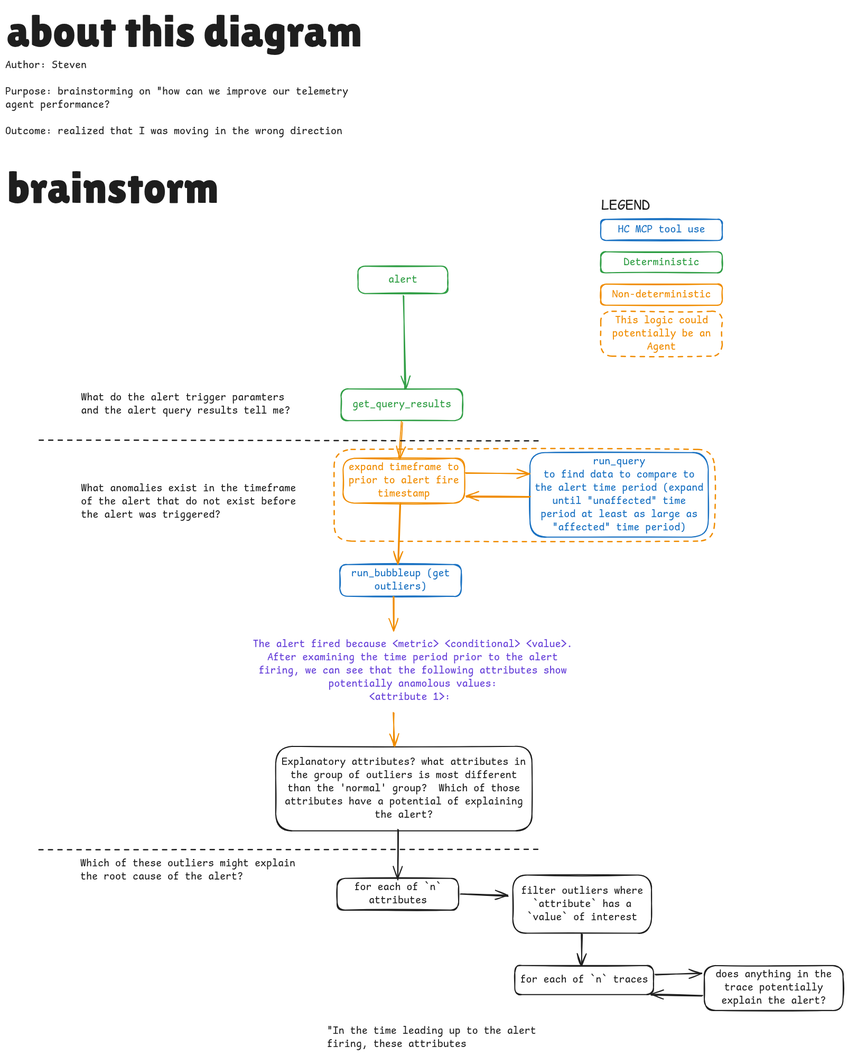
This is src/agent/docs/planning/alert_contextualization/telemetry-refinements-2026-0-23.excalidraw.png from oiva-app/oiva, a Excalidraw export, as it was before one commit. Source tidied: one line per element, renumbered; positions are measured from the earlier drawing's top-left corner, leaving out a move shared by most shapes. The source it was exported from:
```json
{"id": 0, "type": "rectangle", "strokeColor": "#2f9e44", "strokeWidth": 2, "roughness": 1, "round": true, "x": 668, "y": 494, "width": 170, "height": 52}
{"id": 1, "type": "text", "text": "alert", "strokeColor": "#2f9e44", "strokeWidth": 2, "roughness": 1, "fontSize": 20, "fontFamily": 8, "textAlign": "center", "verticalAlign": "middle", "inside": 0, "x": 725, "y": 507, "width": 55, "height": 25}
{"id": 2, "type": "rectangle", "strokeColor": "#2f9e44", "strokeWidth": 2, "roughness": 1, "round": true, "x": 636, "y": 726, "width": 230, "height": 60}
{"id": 3, "type": "text", "text": "get_query_results", "strokeColor": "#2f9e44", "strokeWidth": 2, "roughness": 1, "fontSize": 20, "fontFamily": 8, "textAlign": "center", "verticalAlign": "middle", "inside": 2, "x": 657, "y": 744, "width": 187, "height": 25}
{"id": 4, "type": "arrow", "strokeColor": "#2f9e44", "strokeWidth": 2, "roughness": 1, "endArrowhead": "arrow", "round": true, "from": 0, "to": 2, "x": 753, "y": 551, "width": 3, "height": 175, "points": [[0, 0], [3, 175]]}
{"id": 5, "type": "rectangle", "strokeColor": "#f08c00", "strokeWidth": 2, "roughness": 1, "round": true, "x": 639, "y": 858, "width": 230, "height": 85}
{"id": 6, "type": "text", "text": "expand timeframe to\nprior to alert fire\ntimestamp", "strokeColor": "#f08c00", "strokeWidth": 2, "roughness": 1, "fontSize": 20, "fontFamily": 8, "textAlign": "center", "verticalAlign": "middle", "inside": 5, "x": 650, "y": 863, "width": 209, "height": 75}
{"id": 7, "type": "text", "text": "What do the alert trigger paramters\nand the alert query results tell me?", "strokeColor": "#1e1e1e", "strokeWidth": 2, "roughness": 1, "fontSize": 20, "fontFamily": 8, "x": 143, "y": 731, "width": 409, "height": 50}
{"id": 8, "type": "text", "text": "What anomalies exist in the timeframe\nof the alert that do not exist before\nthe alert was triggered?", "strokeColor": "#1e1e1e", "strokeWidth": 2, "roughness": 1, "fontSize": 20, "fontFamily": 8, "x": 143, "y": 903, "width": 409, "height": 75}
{"id": 9, "type": "text", "text": "Which of these outliers might explain\nthe root cause of the alert?", "strokeColor": "#1e1e1e", "strokeWidth": 2, "roughness": 1, "fontSize": 20, "fontFamily": 8, "x": 142, "y": 1612, "width": 409, "height": 50}
{"id": 10, "type": "arrow", "strokeColor": "#f08c00", "strokeWidth": 2, "roughness": 1, "endArrowhead": "arrow", "round": true, "from": 2, "to": 5, "x": 750, "y": 789, "width": 5, "height": 69, "points": [[0, 0], [-5, 69]]}
{"id": 11, "type": "rectangle", "strokeColor": "#1971c2", "strokeWidth": 2, "roughness": 1, "round": true, "x": 633, "y": 1059, "width": 230, "height": 60}
{"id": 12, "type": "text", "text": "run_bubbleup (get\noutliers)", "strokeColor": "#1971c2", "strokeWidth": 2, "roughness": 1, "fontSize": 20, "fontFamily": 8, "textAlign": "center", "verticalAlign": "middle", "inside": 11, "x": 655, "y": 1064, "width": 187, "height": 50}
{"id": 13, "type": "arrow", "strokeColor": "#f08c00", "strokeWidth": 2, "roughness": 1, "endArrowhead": "arrow", "round": true, "from": 5, "to": 11, "x": 748, "y": 944, "width": 4, "height": 114, "points": [[0, 0], [-4, 114]]}
{"id": 14, "type": "line", "strokeColor": "#1e1e1e", "strokeWidth": 2, "strokeStyle": "dashed", "roughness": 1, "round": true, "x": 63, "y": 824, "width": 946, "height": 0, "points": [[0, 0], [946, 0]]}
{"id": 15, "type": "line", "strokeColor": "#1e1e1e", "strokeWidth": 2, "strokeStyle": "dashed", "roughness": 1, "round": true, "x": 63, "y": 1598, "width": 946, "height": 0, "points": [[0, 0], [946, 0]]}
{"id": 16, "type": "rectangle", "strokeColor": "#1e1e1e", "strokeWidth": 2, "roughness": 1, "round": true, "x": 628, "y": 1653, "width": 230, "height": 60}
{"id": 17, "type": "text", "text": "for each of `n`\nattributes", "strokeColor": "#1e1e1e", "strokeWidth": 2, "roughness": 1, "fontSize": 20, "fontFamily": 8, "textAlign": "center", "verticalAlign": "middle", "inside": 16, "x": 661, "y": 1658, "width": 165, "height": 50}
{"id": 18, "type": "rectangle", "strokeColor": "#1e1e1e", "strokeWidth": 2, "roughness": 1, "round": true, "x": 961, "y": 1647, "width": 262, "height": 110}
{"id": 19, "type": "text", "text": "filter outliers where\n`attribute` has a\n`value` of interest", "strokeColor": "#1e1e1e", "strokeWidth": 2, "roughness": 1, "fontSize": 20, "fontFamily": 8, "textAlign": "center", "verticalAlign": "middle", "inside": 18, "x": 976, "y": 1664, "width": 231, "height": 75}
{"id": 20, "type": "rectangle", "strokeColor": "#1e1e1e", "strokeWidth": 2, "roughness": 1, "round": true, "x": 512, "y": 1403, "width": 485, "height": 160}
{"id": 21, "type": "text", "text": "Explanatory attributes? what attributes in\nthe group of outliers is most different\nthan the 'normal' group?  Which of those\nattributes have a potential of explaining\nthe alert?", "strokeColor": "#1e1e1e", "strokeWidth": 2, "roughness": 1, "fontSize": 20, "fontFamily": 8, "textAlign": "center", "verticalAlign": "middle", "inside": 20, "x": 523, "y": 1420, "width": 462, "height": 125}
{"id": 22, "type": "arrow", "strokeColor": "#f08c00", "strokeWidth": 2, "roughness": 1, "endArrowhead": "arrow", "round": true, "from": 11, "x": 736, "y": 1119, "width": 0, "height": 64, "points": [[0, 0], [0, 64]]}
{"id": 23, "type": "arrow", "strokeColor": "#1e1e1e", "strokeWidth": 2, "roughness": 1, "endArrowhead": "arrow", "round": true, "from": 20, "to": 16, "x": 743, "y": 1561, "width": 1, "height": 94, "points": [[0, 0], [-1, 94]]}
{"id": 24, "type": "arrow", "strokeColor": "#1e1e1e", "strokeWidth": 2, "roughness": 1, "endArrowhead": "arrow", "round": true, "from": 16, "to": 18, "x": 863, "y": 1682, "width": 88, "height": 5, "points": [[0, 0], [88, 5]]}
{"id": 25, "type": "rectangle", "strokeColor": "#1e1e1e", "strokeWidth": 2, "roughness": 1, "round": true, "x": 964, "y": 1818, "width": 262, "height": 55}
{"id": 26, "type": "text", "text": "for each of `n` traces", "strokeColor": "#1e1e1e", "strokeWidth": 2, "roughness": 1, "fontSize": 20, "fontFamily": 8, "textAlign": "center", "verticalAlign": "middle", "inside": 25, "x": 975, "y": 1833, "width": 242, "height": 25}
{"id": 27, "type": "arrow", "strokeColor": "#1e1e1e", "strokeWidth": 2, "roughness": 1, "endArrowhead": "arrow", "round": true, "from": 18, "to": 25, "x": 1091, "y": 1758, "width": 0, "height": 61, "points": [[0, 0], [0, 61]]}
{"id": 28, "type": "rectangle", "strokeColor": "#1e1e1e", "strokeWidth": 2, "roughness": 1, "round": true, "x": 1323, "y": 1818, "width": 262, "height": 85}
{"id": 29, "type": "text", "text": "does anything in the\ntrace potentially\nexplain the alert?", "strokeColor": "#1e1e1e", "strokeWidth": 2, "roughness": 1, "fontSize": 20, "fontFamily": 8, "textAlign": "center", "verticalAlign": "middle", "inside": 28, "x": 1344, "y": 1823, "width": 220, "height": 75}
{"id": 30, "type": "arrow", "strokeColor": "#1e1e1e", "strokeWidth": 2, "roughness": 1, "endArrowhead": "arrow", "round": true, "from": 25, "to": 28, "x": 1231, "y": 1835, "width": 86, "height": 2, "points": [[0, 0], [86, -2]]}
{"id": 31, "type": "arrow", "strokeColor": "#1e1e1e", "strokeWidth": 2, "roughness": 1, "endArrowhead": "arrow", "round": true, "from": 28, "to": 25, "x": 1319, "y": 1876, "width": 97, "height": 3, "points": [[0, 0], [-97, -3]]}
{"id": 32, "type": "rectangle", "strokeColor": "#1971c2", "strokeWidth": 2, "roughness": 1, "round": true, "x": 1127, "y": 405, "width": 230, "height": 40}
{"id": 33, "type": "text", "text": "HC MCP tool use", "strokeColor": "#1971c2", "strokeWidth": 2, "roughness": 1, "fontSize": 20, "fontFamily": 8, "textAlign": "center", "verticalAlign": "middle", "inside": 32, "x": 1160, "y": 413, "width": 165, "height": 25}
{"id": 34, "type": "rectangle", "strokeColor": "#1971c2", "strokeWidth": 2, "roughness": 1, "round": true, "x": 993, "y": 847, "width": 338, "height": 160}
{"id": 35, "type": "text", "text": "run_query\nto find data to compare to\nthe alert time period (expand\nuntil \"unaffected\" time\nperiod at least as large as\n\"affected\" time period)", "strokeColor": "#1971c2", "strokeWidth": 2, "roughness": 1, "fontSize": 20, "fontFamily": 8, "textAlign": "center", "verticalAlign": "middle", "inside": 34, "x": 1002, "y": 852, "width": 319, "height": 150}
{"id": 36, "type": "rectangle", "strokeColor": "#2f9e44", "strokeWidth": 2, "roughness": 1, "round": true, "x": 1127, "y": 467, "width": 230, "height": 40}
{"id": 37, "type": "text", "text": "Deterministic", "strokeColor": "#2f9e44", "strokeWidth": 2, "roughness": 1, "fontSize": 20, "fontFamily": 8, "textAlign": "center", "verticalAlign": "middle", "inside": 36, "x": 1171, "y": 474, "width": 143, "height": 25}
{"id": 38, "type": "rectangle", "strokeColor": "#f08c00", "strokeWidth": 2, "roughness": 1, "round": true, "x": 1127, "y": 528, "width": 230, "height": 40}
{"id": 39, "type": "text", "text": "Non-deterministic", "strokeColor": "#f08c00", "strokeWidth": 2, "roughness": 1, "fontSize": 20, "fontFamily": 8, "textAlign": "center", "verticalAlign": "middle", "inside": 38, "x": 1149, "y": 535, "width": 187, "height": 25}
{"id": 40, "type": "arrow", "strokeColor": "#f08c00", "strokeWidth": 2, "roughness": 1, "endArrowhead": "arrow", "round": true, "from": 5, "to": 34, "x": 871, "y": 886, "width": 120, "height": 1, "points": [[0, 0], [120, 1]]}
{"id": 41, "type": "arrow", "strokeColor": "#f08c00", "strokeWidth": 2, "roughness": 1, "endArrowhead": "arrow", "round": true, "from": 34, "to": 5, "x": 992, "y": 932, "width": 120, "height": 1, "points": [[0, 0], [-120, -1]]}
{"id": 42, "type": "rectangle", "strokeColor": "#f08c00", "strokeWidth": 2, "strokeStyle": "dashed", "roughness": 1, "round": true, "x": 1127, "y": 579, "width": 230, "height": 85}
{"id": 43, "type": "text", "text": "This logic could\npotentially be an\nAgent", "strokeColor": "#f08c00", "strokeWidth": 2, "roughness": 1, "fontSize": 20, "fontFamily": 8, "textAlign": "center", "verticalAlign": "middle", "inside": 42, "x": 1149, "y": 584, "width": 187, "height": 75}
{"id": 44, "type": "rectangle", "strokeColor": "#f08c00", "strokeWidth": 2, "strokeStyle": "dashed", "roughness": 1, "round": true, "x": 622, "y": 841, "width": 720, "height": 174}
{"id": 45, "type": "text", "text": "LEGEND", "strokeColor": "#1e1e1e", "strokeWidth": 2, "strokeStyle": "dashed", "roughness": 1, "fontSize": 28, "fontFamily": 8, "textAlign": "center", "x": 1128, "y": 362, "width": 92, "height": 35}
{"id": 46, "type": "text", "text": "\"In the time leading up to the alert\nfiring, these attributes ", "strokeColor": "#1e1e1e", "strokeWidth": 2, "roughness": 1, "fontSize": 20, "fontFamily": 8, "x": 609, "y": 1929, "width": 409, "height": 50}
{"id": 47, "type": "text", "text": "The alert fired because <metric> <conditional> <value>.\nAfter examining the time period prior to the alert\nfiring, we can see that the following attributes show\npotentially anamolous values:\n<attribute 1>: ", "strokeColor": "#6741d9", "strokeWidth": 2, "roughness": 1, "fontSize": 20, "fontFamily": 8, "textAlign": "center", "x": 460, "y": 1197, "width": 621, "height": 125}
{"id": 48, "type": "arrow", "strokeColor": "#f08c00", "strokeWidth": 2, "roughness": 1, "endArrowhead": "arrow", "round": true, "x": 736, "y": 1339, "width": 0, "height": 64, "points": [[0, 0], [0, 64]]}
{"id": 49, "type": "text", "text": "brainstorm", "strokeColor": "#1e1e1e", "strokeWidth": 2, "roughness": 1, "fontSize": 84, "fontFamily": 7, "x": 3, "y": 297, "width": 401, "height": 97}
{"id": 50, "type": "text", "text": "about this diagram", "strokeColor": "#1e1e1e", "strokeWidth": 2, "roughness": 1, "fontSize": 84, "fontFamily": 7, "x": 3, "y": 0, "width": 672, "height": 97}
{"id": 51, "type": "text", "text": "Author: Steven\n\nPurpose: brainstorming on \"how can we improve our telemetry\nagent performance?\n\nOutcome: realized that I was moving in the wrong direction", "strokeColor": "#1e1e1e", "strokeWidth": 2, "roughness": 1, "fontSize": 20, "fontFamily": 8, "x": 0, "y": 102, "width": 698, "height": 150}
```
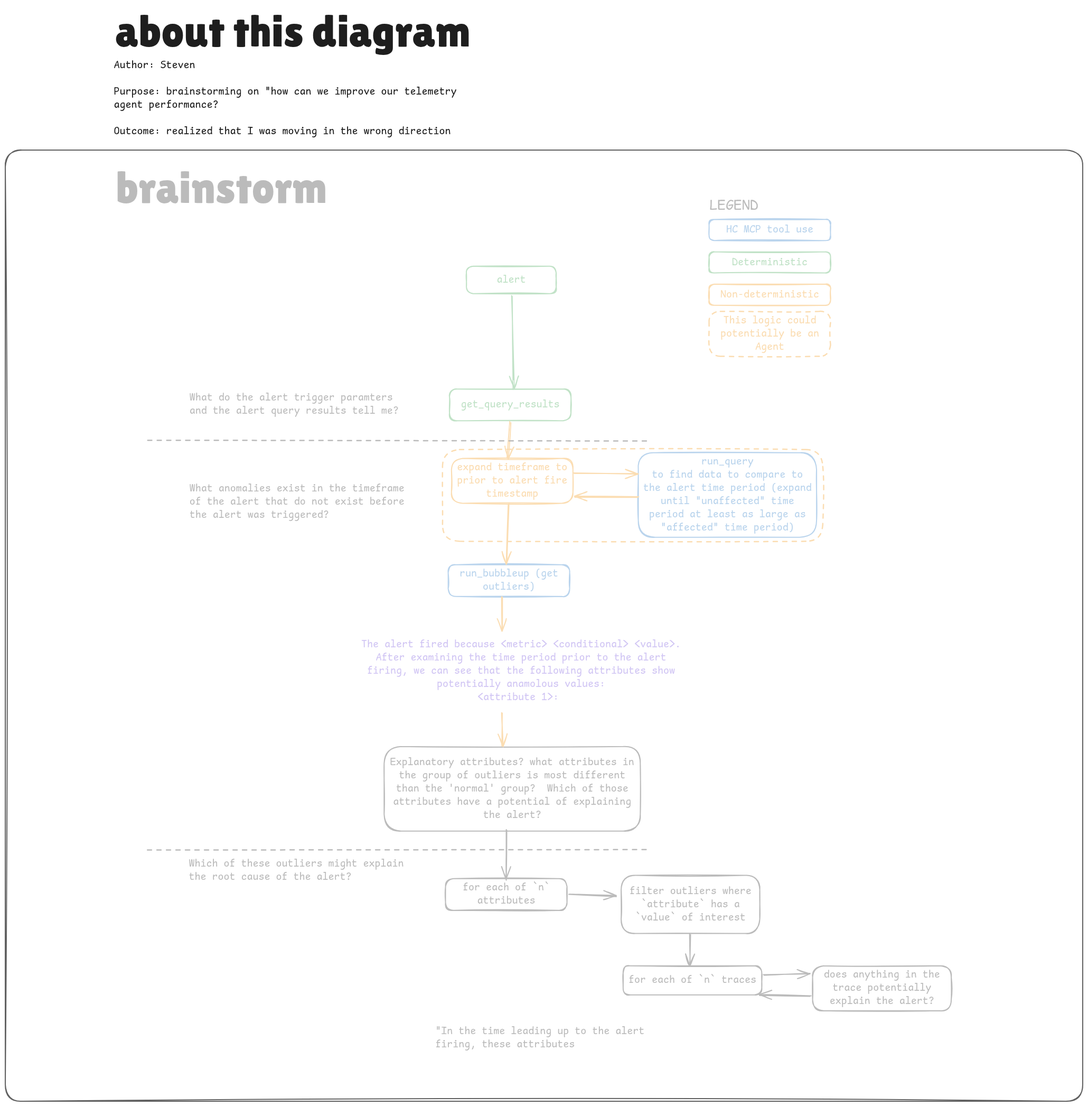
The same diagram one commit later.

Diff of the diagram source:
```diff
@@ -50,3 +50,4 @@
 {"id": 49, "type": "text", "text": "brainstorm", "strokeColor": "#1e1e1e", "strokeWidth": 2, "roughness": 1, "fontSize": 84, "fontFamily": 7, "x": 3, "y": 297, "width": 401, "height": 97}
 {"id": 50, "type": "text", "text": "about this diagram", "strokeColor": "#1e1e1e", "strokeWidth": 2, "roughness": 1, "fontSize": 84, "fontFamily": 7, "x": 3, "y": 0, "width": 672, "height": 97}
 {"id": 51, "type": "text", "text": "Author: Steven\n\nPurpose: brainstorming on \"how can we improve our telemetry\nagent performance?\n\nOutcome: realized that I was moving in the wrong direction", "strokeColor": "#1e1e1e", "strokeWidth": 2, "roughness": 1, "fontSize": 20, "fontFamily": 8, "x": 0, "y": 102, "width": 698, "height": 150}
+{"id": 52, "type": "rectangle", "strokeColor": "#1e1e1e", "backgroundColor": "#ffffff", "fillStyle": "solid", "strokeWidth": 2, "roughness": 1, "opacity": 70, "round": true, "x": -205, "y": 274, "width": 2040, "height": 1800}
```
